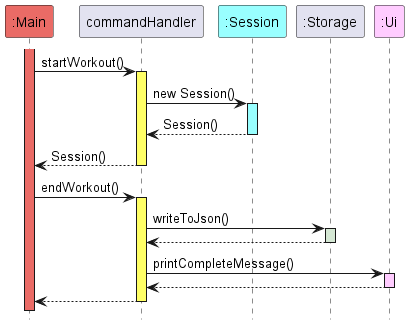
This is docs/UML/Images/overall_sequence-0.png from nus-cs2113-AY2223S2/tp, a PlantUML export, as it was before one commit.
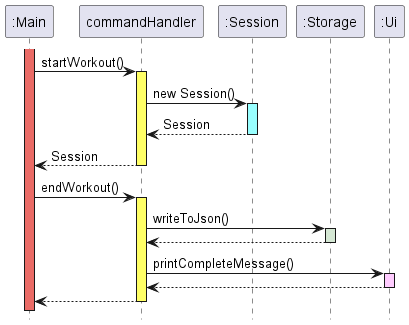
After the change.

What changed in the source:
```diff
@@ -2,20 +2,20 @@
 !include style.puml
 hide footbox
 
-participant ":Main" as main MAIN_COLOUR
+participant ":Main" as main
 
 main++ MAIN_COLOUR
 main -> commandHandler ++ LOGIC_COLOUR : startWorkout()
-participant ":Session" as session DATA_COLOUR
+participant ":Session" as session
 commandHandler -> session ++ DATA_COLOUR : new Session()
-session --> commandHandler --  : Session()
-commandHandler --> main -- : Session()
+session --> commandHandler --  : Session
+commandHandler --> main -- : Session
 
 main -> commandHandler ++ LOGIC_COLOUR : endWorkout()
 commandHandler -> ":Storage" ++ STORAGE_COLOUR : writeToJson()
 ":Storage" --> commandHandler
 deactivate ":Storage"
-participant ":Ui" as ui UI_COLOUR
+participant ":Ui" as ui
 commandHandler -> ui ++ UI_COLOUR : printCompleteMessage()
 ui --> commandHandler
 deactivate ui
```
